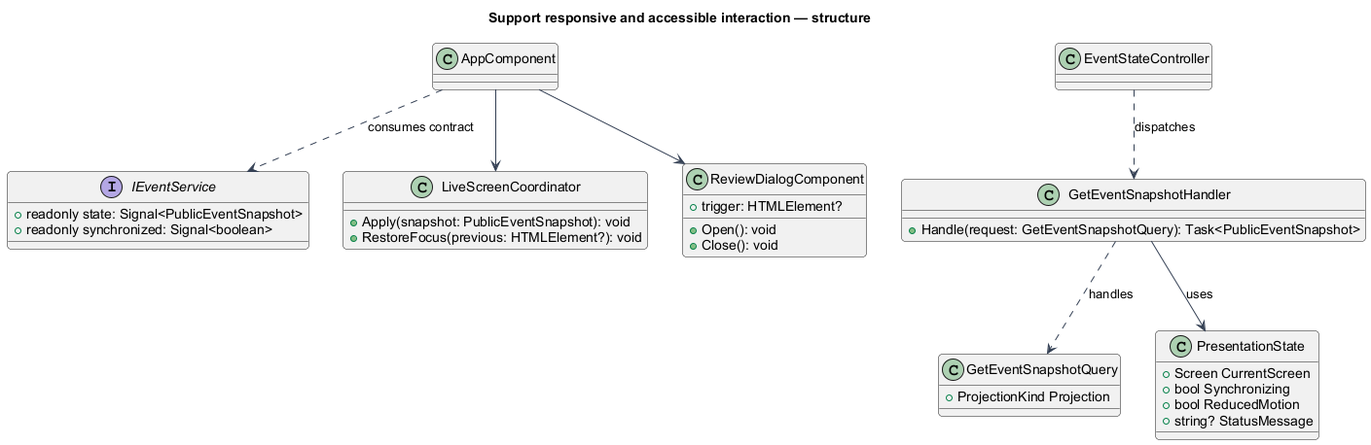
The PlantUML diagram docs/detailed-designs/experience/support-accessible-interaction/diagrams/classes.png in QuinntyneBrown/faithtech-toronto-ai-build-event, before a commit.
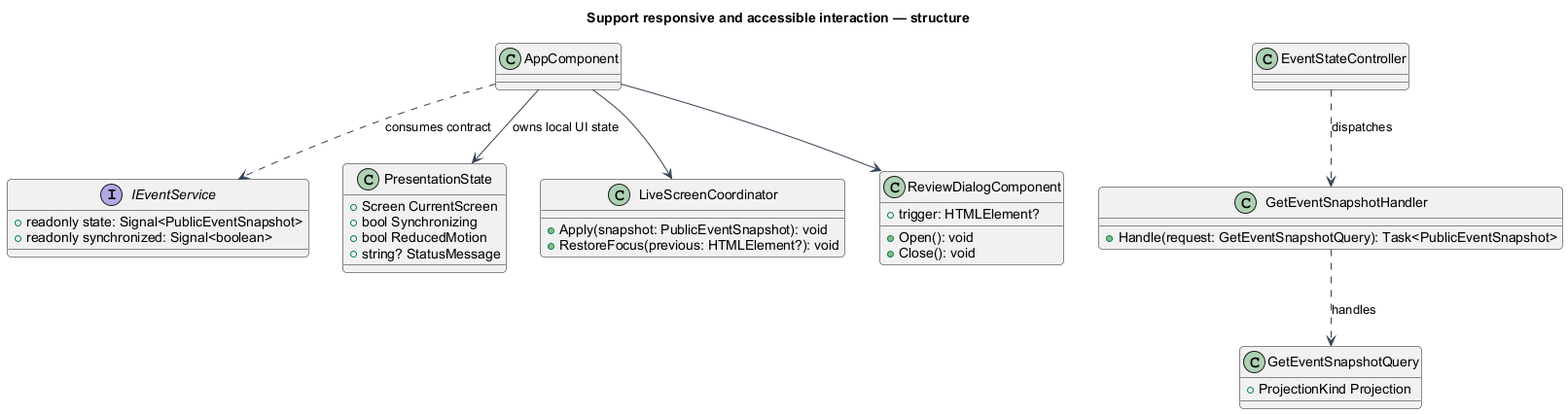
The same diagram one commit later.

The edit, as a diff of the source:
```diff
@@ -26,7 +26,7 @@
 }
 EventStateController ..> GetEventSnapshotHandler : dispatches
 GetEventSnapshotHandler ..> GetEventSnapshotQuery : handles
-GetEventSnapshotHandler --> PresentationState : uses
+AppComponent --> PresentationState : owns local UI state
 class LiveScreenCoordinator {
  +Apply(snapshot: PublicEventSnapshot): void
  +RestoreFocus(previous: HTMLElement?): void
```
